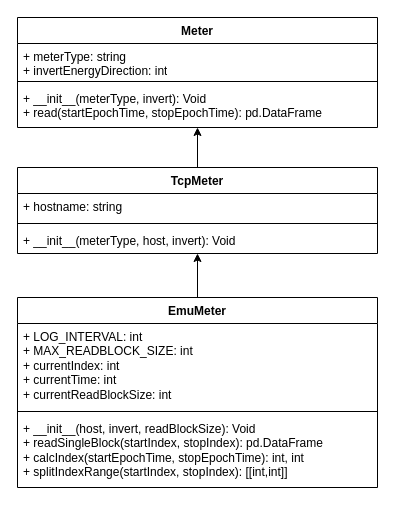
Above: Doc/ClassUML.drawio in SamHi247/OpenZEV (draw.io), before the change. Source tidied: cells renumbered, new cells numbered last; positions are measured from the earlier drawing's top-left corner, leaving out a move shared by most shapes. Both pictures are drawn from the tidied source at 100%, with x=0, y=0 at pixel (17, 17).
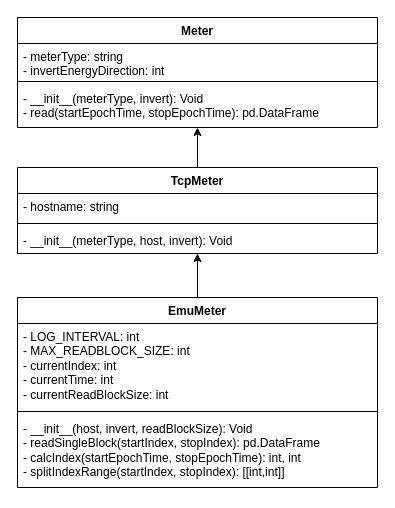
After the change.

The edit, as a diff of the source:
```diff
@@
 <mxGraphModel>
   <root>
     <mxCell id="0" />
     <mxCell id="1" parent="0" />
     <mxCell id="2" value="Meter" style="swimlane;fontStyle=1;align=center;verticalAlign=top;horizontal=1;startSize=26;whiteSpace=wrap;html=1;" parent="1" vertex="1">
       <mxGeometry width="360" height="110" as="geometry" />
     </mxCell>
-    <mxCell id="3" value="+ meterType: string&lt;div&gt;+ invertEnergyDirection: int&lt;br&gt;&lt;/div&gt;" style="text;strokeColor=none;fillColor=none;align=left;verticalAlign=top;spacingLeft=4;spacingRight=4;overflow=hidden;whiteSpace=wrap;html=1;" parent="2" vertex="1">
+    <mxCell id="3" value="- meterType: string&lt;div&gt;- invertEnergyDirection: int&lt;br&gt;&lt;/div&gt;" style="text;strokeColor=none;fillColor=none;align=left;verticalAlign=top;spacingLeft=4;spacingRight=4;overflow=hidden;whiteSpace=wrap;html=1;" parent="2" vertex="1">
       <mxGeometry y="26" width="360" height="34" as="geometry" />
     </mxCell>
     <mxCell id="4" style="line;strokeWidth=1;fillColor=none;align=left;verticalAlign=middle;spacingTop=-1;spacingLeft=3;spacingRight=3;labelPosition=right;strokeColor=inherit;" parent="2" vertex="1">
       <mxGeometry y="60" width="360" height="8" as="geometry" />
     </mxCell>
-    <mxCell id="5" value="+ __init__(meterType, invert): Void&lt;div&gt;+ read(startEpochTime, stopEpochTime): pd.DataFrame&lt;/div&gt;" style="text;strokeColor=none;fillColor=none;align=left;verticalAlign=top;spacingLeft=4;spacingRight=4;overflow=hidden;whiteSpace=wrap;html=1;" parent="2" vertex="1">
+    <mxCell id="5" value="- __init__(meterType, invert): Void&lt;div&gt;- read(startEpochTime, stopEpochTime): pd.DataFrame&lt;/div&gt;" style="text;strokeColor=none;fillColor=none;align=left;verticalAlign=top;spacingLeft=4;spacingRight=4;overflow=hidden;whiteSpace=wrap;html=1;" parent="2" vertex="1">
       <mxGeometry y="68" width="360" height="42" as="geometry" />
     </mxCell>
     <mxCell id="6" value="TcpMeter" style="swimlane;fontStyle=1;align=center;verticalAlign=top;horizontal=1;startSize=26;whiteSpace=wrap;html=1;" parent="1" vertex="1">
       <mxGeometry y="150" width="360" height="86" as="geometry" />
     </mxCell>
-    <mxCell id="7" value="+ hostname: string" style="text;strokeColor=none;fillColor=none;align=left;verticalAlign=top;spacingLeft=4;spacingRight=4;overflow=hidden;whiteSpace=wrap;html=1;" parent="6" vertex="1">
+    <mxCell id="7" value="- hostname: string" style="text;strokeColor=none;fillColor=none;align=left;verticalAlign=top;spacingLeft=4;spacingRight=4;overflow=hidden;whiteSpace=wrap;html=1;" parent="6" vertex="1">
       <mxGeometry y="26" width="360" height="26" as="geometry" />
     </mxCell>
     <mxCell id="8" style="line;strokeWidth=1;fillColor=none;align=left;verticalAlign=middle;spacingTop=-1;spacingLeft=3;spacingRight=3;labelPosition=right;strokeColor=inherit;" parent="6" vertex="1">
       <mxGeometry y="52" width="360" height="8" as="geometry" />
     </mxCell>
-    <mxCell id="9" value="+ __init__(meterType, host, invert): Void" style="text;strokeColor=none;fillColor=none;align=left;verticalAlign=top;spacingLeft=4;spacingRight=4;overflow=hidden;whiteSpace=wrap;html=1;" parent="6" vertex="1">
+    <mxCell id="9" value="- __init__(meterType, host, invert): Void" style="text;strokeColor=none;fillColor=none;align=left;verticalAlign=top;spacingLeft=4;spacingRight=4;overflow=hidden;whiteSpace=wrap;html=1;" parent="6" vertex="1">
       <mxGeometry y="60" width="360" height="26" as="geometry" />
     </mxCell>
     <mxCell id="10" style="edgeStyle=orthogonalEdgeStyle;rounded=0;jettySize=auto;html=1;exitX=0.5;exitY=0;exitDx=0;exitDy=0;" parent="1" edge="1" source="6" target="2">
       <mxGeometry relative="1" as="geometry" />
     </mxCell>
     <mxCell id="11" style="edgeStyle=orthogonalEdgeStyle;rounded=0;jettySize=auto;html=1;exitX=0.5;exitY=0;exitDx=0;exitDy=0;" parent="1" edge="1" source="12" target="6">
       <mxGeometry relative="1" as="geometry" />
     </mxCell>
     <mxCell id="12" value="EmuMeter" style="swimlane;fontStyle=1;align=center;verticalAlign=top;horizontal=1;startSize=26;whiteSpace=wrap;html=1;" parent="1" vertex="1">
       <mxGeometry y="280" width="360" height="190" as="geometry" />
     </mxCell>
-    <mxCell id="13" value="+ LOG_INTERVAL: int&lt;div&gt;+ MAX_READBLOCK_SIZE: int&lt;/div&gt;&lt;div&gt;+ currentIndex: int&lt;/div&gt;&lt;div&gt;+ currentTime: int&lt;/div&gt;&lt;div&gt;+ currentReadBlockSize: int&lt;/div&gt;" style="text;strokeColor=none;fillColor=none;align=left;verticalAlign=top;spacingLeft=4;spacingRight=4;overflow=hidden;whiteSpace=wrap;html=1;" parent="12" vertex="1">
+    <mxCell id="13" value="- LOG_INTERVAL: int&lt;div&gt;- MAX_READBLOCK_SIZE: int&lt;/div&gt;&lt;div&gt;- currentIndex: int&lt;/div&gt;&lt;div&gt;- currentTime: int&lt;/div&gt;&lt;div&gt;- currentReadBlockSize: int&lt;/div&gt;" style="text;strokeColor=none;fillColor=none;align=left;verticalAlign=top;spacingLeft=4;spacingRight=4;overflow=hidden;whiteSpace=wrap;html=1;" parent="12" vertex="1">
       <mxGeometry y="26" width="360" height="84" as="geometry" />
     </mxCell>
     <mxCell id="14" style="line;strokeWidth=1;fillColor=none;align=left;verticalAlign=middle;spacingTop=-1;spacingLeft=3;spacingRight=3;labelPosition=right;strokeColor=inherit;" parent="12" vertex="1">
       <mxGeometry y="110" width="360" height="8" as="geometry" />
     </mxCell>
-    <mxCell id="15" value="+ __init__(host, invert, readBlockSize): Void&lt;div&gt;+ readSingleBlock(startIndex, stopIndex): pd.DataFrame&lt;/div&gt;&lt;div&gt;+ calcIndex(startEpochTime, stopEpochTime): int, int&lt;/div&gt;&lt;div&gt;+ splitIndexRange(startIndex, stopIndex): [[int,int]]&lt;/div&gt;" style="text;strokeColor=none;fillColor=none;align=left;verticalAlign=top;spacingLeft=4;spacingRight=4;overflow=hidden;whiteSpace=wrap;html=1;" parent="12" vertex="1">
+    <mxCell id="15" value="- __init__(host, invert, readBlockSize): Void&lt;div&gt;- readSingleBlock(startIndex, stopIndex): pd.DataFrame&lt;/div&gt;&lt;div&gt;- calcIndex(startEpochTime, stopEpochTime): int, int&lt;/div&gt;&lt;div&gt;- splitIndexRange(startIndex, stopIndex): [[int,int]]&lt;/div&gt;" style="text;strokeColor=none;fillColor=none;align=left;verticalAlign=top;spacingLeft=4;spacingRight=4;overflow=hidden;whiteSpace=wrap;html=1;" parent="12" vertex="1">
       <mxGeometry y="118" width="360" height="72" as="geometry" />
     </mxCell>
   </root>
 </mxGraphModel>
```
